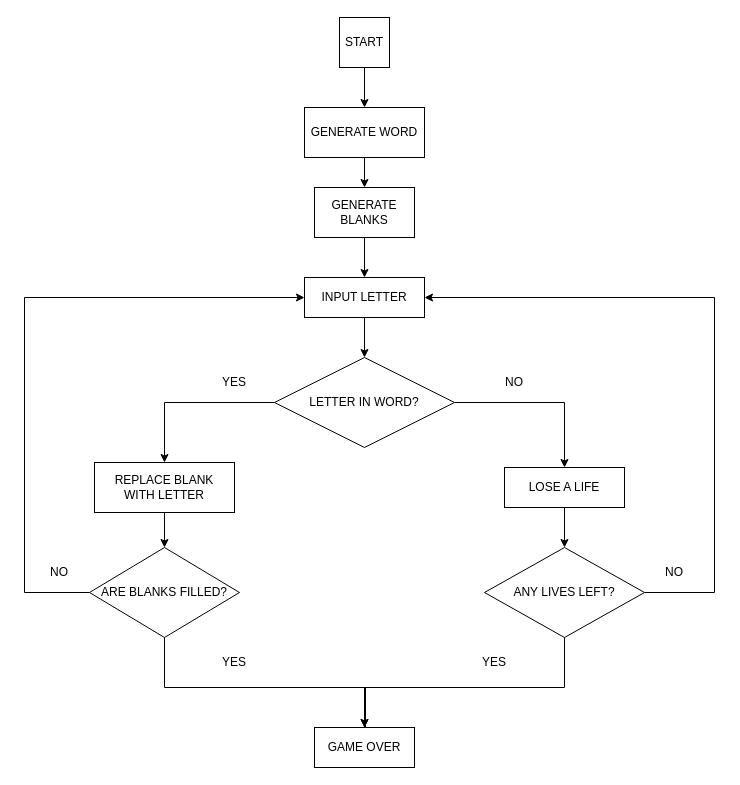
Above: hangman_flowchart.drawio in jhegyes/design_ideas (draw.io), before the change. Source tidied: cells renumbered, new cells numbered last; positions are measured from the earlier drawing's top-left corner, leaving out a move shared by most shapes. Both pictures are drawn from the tidied source at 100%, with x=0, y=0 at pixel (24, 17).
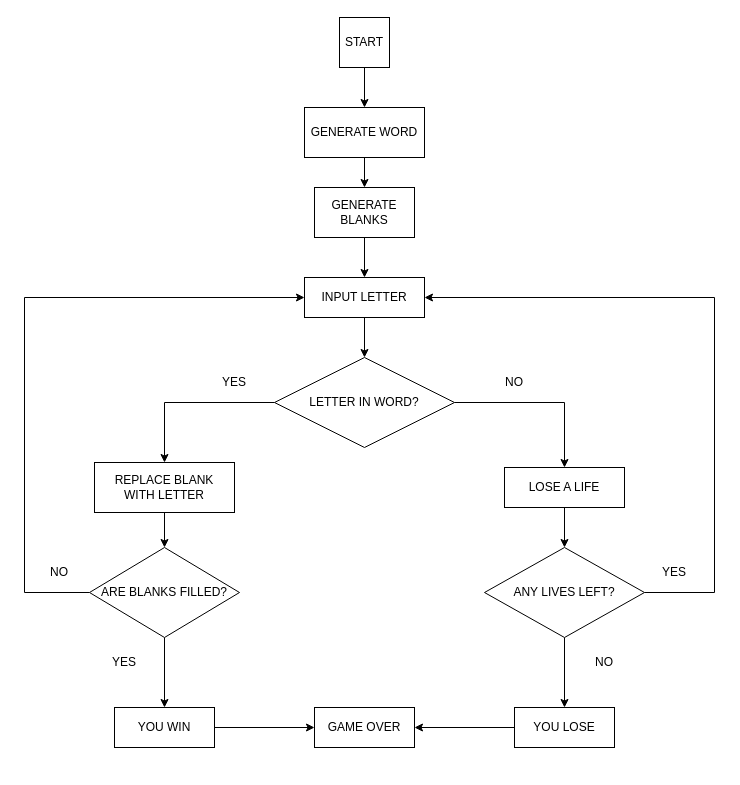
After the change.

The change refers to these unchanged cells:
```xml
<mxCell id="21" value="ARE BLANKS FILLED?" style="rhombus;whiteSpace=wrap;html=1;" parent="1" vertex="1">
  <mxGeometry x="65" y="530" width="150" height="90" as="geometry" />
</mxCell>
<mxCell id="24" value="ANY LIVES LEFT?" style="rhombus;whiteSpace=wrap;html=1;" parent="1" vertex="1">
  <mxGeometry x="460" y="530" width="160" height="90" as="geometry" />
</mxCell>
```

What changed in the source:
```diff
@@
-    <mxCell id="19" style="edgeStyle=orthogonalEdgeStyle;rounded=0;jettySize=auto;html=1;entryX=0.5;entryY=0;entryDx=0;entryDy=0;" parent="1" edge="1" source="21" target="32">
-      <mxGeometry relative="1" as="geometry">
-        <Array as="points">
-          <mxPoint x="140" y="670" />
-          <mxPoint x="340" y="670" />
-        </Array>
-      </mxGeometry>
-    </mxCell>
@@
+    <mxCell id="33" style="edgeStyle=orthogonalEdgeStyle;rounded=0;jettySize=auto;html=1;" parent="1" edge="1" source="21" target="36">
+      <mxGeometry relative="1" as="geometry" />
+    </mxCell>
@@
-    <mxCell id="22" style="edgeStyle=orthogonalEdgeStyle;rounded=0;jettySize=auto;html=1;" parent="1" edge="1" source="32">
-      <mxGeometry relative="1" as="geometry">
-        <mxPoint x="340" y="730" as="targetPoint" />
-        <Array as="points">
-          <mxPoint x="341" y="670" />
-        </Array>
-      </mxGeometry>
-    </mxCell>
@@
+    <mxCell id="34" style="edgeStyle=orthogonalEdgeStyle;rounded=0;jettySize=auto;html=1;" parent="1" edge="1" source="24" target="38">
+      <mxGeometry relative="1" as="geometry" />
+    </mxCell>
@@
     <mxCell id="26" value="YES" style="text;strokeColor=none;align=center;fillColor=none;html=1;verticalAlign=middle;whiteSpace=wrap;rounded=0;" parent="1" vertex="1">
-      <mxGeometry x="180" y="630" width="60" height="30" as="geometry" />
+      <mxGeometry x="70" y="630" width="60" height="30" as="geometry" />
     </mxCell>
     <mxCell id="27" value="YES" style="text;strokeColor=none;align=center;fillColor=none;html=1;verticalAlign=middle;whiteSpace=wrap;rounded=0;" parent="1" vertex="1">
-      <mxGeometry x="440" y="630" width="60" height="30" as="geometry" />
+      <mxGeometry x="620" y="540" width="60" height="30" as="geometry" />
     </mxCell>
@@
     <mxCell id="29" value="NO" style="text;strokeColor=none;align=center;fillColor=none;html=1;verticalAlign=middle;whiteSpace=wrap;rounded=0;" parent="1" vertex="1">
-      <mxGeometry x="620" y="540" width="60" height="30" as="geometry" />
+      <mxGeometry x="550" y="630" width="60" height="30" as="geometry" />
     </mxCell>
@@
-    <mxCell id="31" style="edgeStyle=orthogonalEdgeStyle;rounded=0;jettySize=auto;html=1;" parent="1" edge="1" source="24" target="32">
-      <mxGeometry relative="1" as="geometry">
-        <Array as="points">
-          <mxPoint x="540" y="670" />
-        </Array>
-      </mxGeometry>
-    </mxCell>
     <mxCell id="32" value="GAME OVER" style="rounded=0;whiteSpace=wrap;html=1;" parent="1" vertex="1">
-      <mxGeometry x="290" y="710" width="100" height="40" as="geometry" />
+      <mxGeometry x="290" y="690" width="100" height="40" as="geometry" />
     </mxCell>
+    <mxCell id="35" style="edgeStyle=orthogonalEdgeStyle;rounded=0;jettySize=auto;html=1;" parent="1" edge="1" source="36" target="32">
+      <mxGeometry relative="1" as="geometry" />
+    </mxCell>
+    <mxCell id="36" value="YOU&amp;nbsp;&lt;span style=&quot;background-color: transparent; color: light-dark(rgb(0, 0, 0), rgb(255, 255, 255));&quot;&gt;WIN&lt;/span&gt;" style="rounded=0;whiteSpace=wrap;html=1;" parent="1" vertex="1">
+      <mxGeometry x="90" y="690" width="100" height="40" as="geometry" />
+    </mxCell>
+    <mxCell id="37" style="edgeStyle=orthogonalEdgeStyle;rounded=0;jettySize=auto;html=1;" parent="1" edge="1" source="38" target="32">
+      <mxGeometry relative="1" as="geometry" />
+    </mxCell>
+    <mxCell id="38" value="YOU LOSE" style="rounded=0;whiteSpace=wrap;html=1;" parent="1" vertex="1">
+      <mxGeometry x="490" y="690" width="100" height="40" as="geometry" />
+    </mxCell>
```
